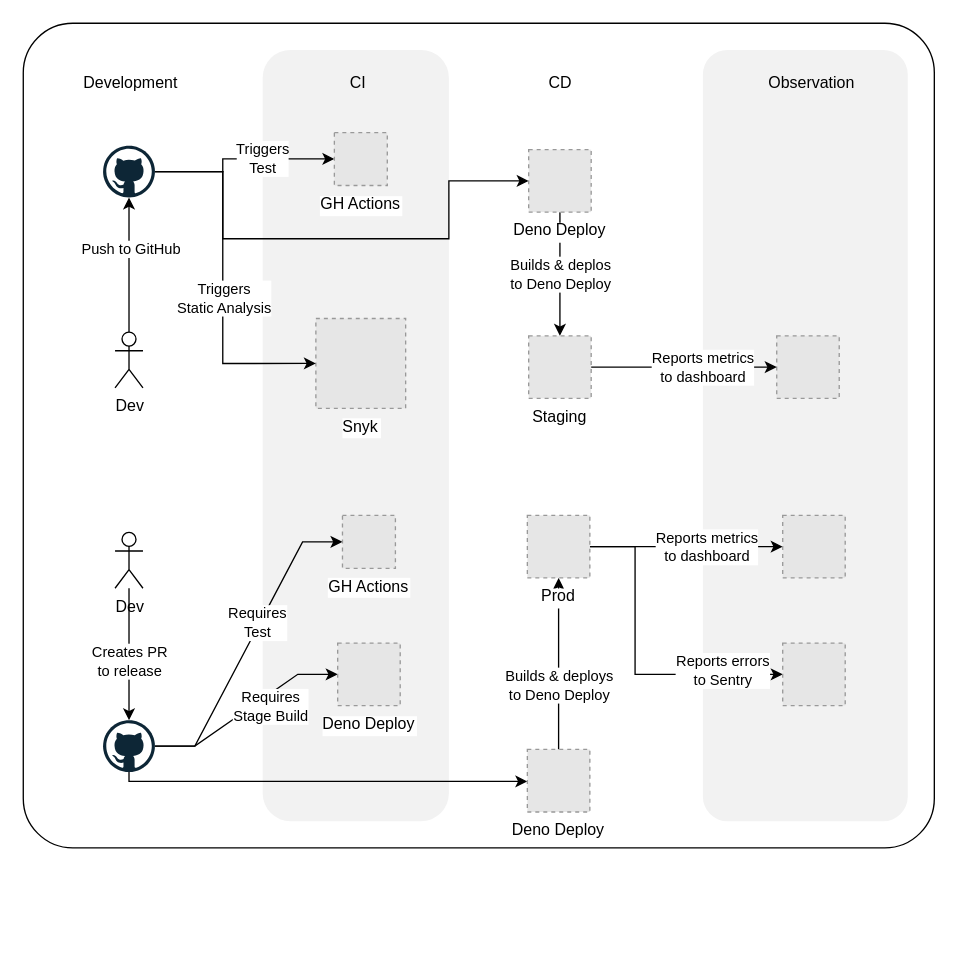
The draw.io diagram .docs-assets/Delivery Pipeline.drawio in koenidv/chirp-backend, before the edit. Source tidied: cells renumbered, new cells numbered last; positions are measured from the earlier drawing's top-left corner, leaving out a move shared by most shapes. Both pictures are drawn from the tidied source at 133%, with x=0, y=0 at pixel (23, 23). Pictures stored in the file or linked from it are replaced by grey dashed boxes.
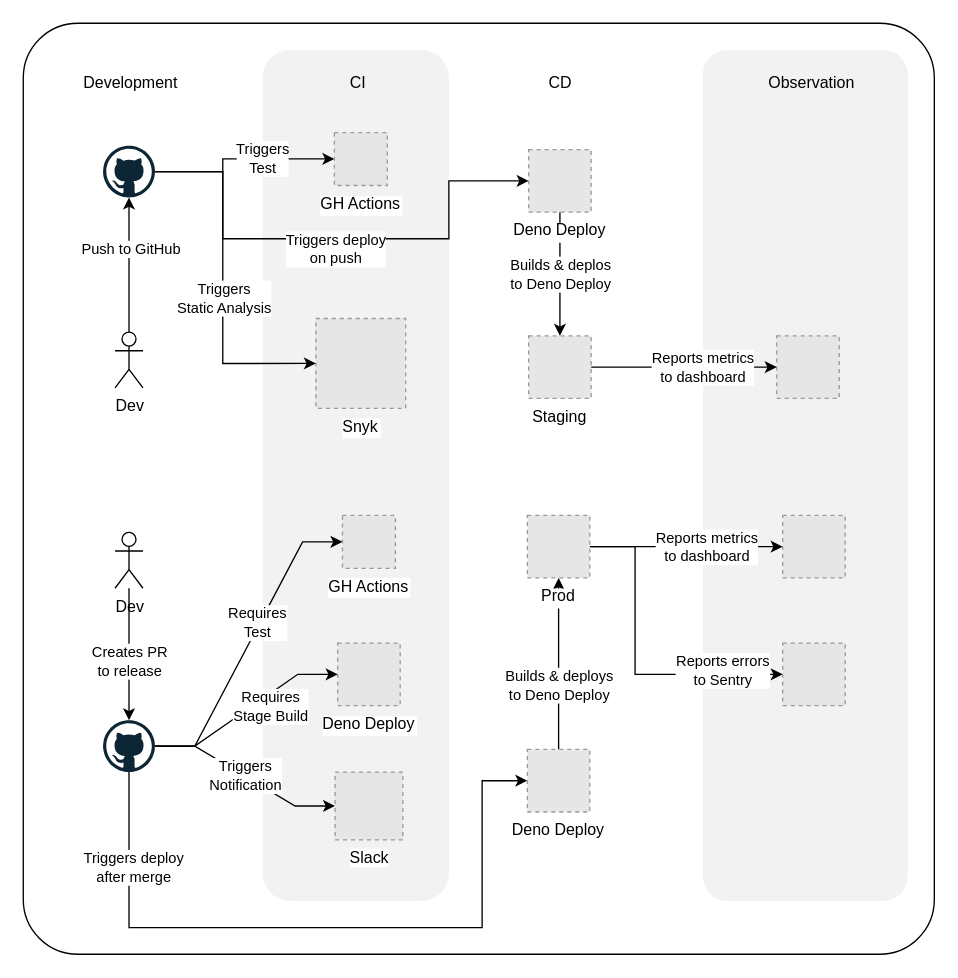
After the change.

Commit message:
docs: update delivery graph

The change refers to these unchanged cells:
```xml
<mxCell id="14" style="dashed=0;outlineConnect=0;html=1;align=center;labelPosition=center;verticalLabelPosition=bottom;verticalAlign=top;shape=mxgraph.weblogos.github;" parent="1" vertex="1">
  <mxGeometry x="60" y="92" width="39" height="39" as="geometry" />
</mxCell>
<mxCell id="23" value="Deno Deploy" style="fillColor=#E6E6E6;strokeColor=#999999;dashed=1;verticalLabelPosition=bottom;labelBackgroundColor=default;verticalAlign=top;" parent="1" vertex="1">
  <mxGeometry x="380" y="95" width="47" height="47" as="geometry" />
</mxCell>
<mxCell id="28" style="dashed=0;outlineConnect=0;html=1;align=center;labelPosition=center;verticalLabelPosition=bottom;verticalAlign=top;shape=mxgraph.weblogos.github;" parent="1" vertex="1">
  <mxGeometry x="60" y="524" width="39" height="39" as="geometry" />
</mxCell>
<mxCell id="32" value="Deno Deploy" style="fillColor=#E6E6E6;strokeColor=#999999;dashed=1;verticalLabelPosition=bottom;labelBackgroundColor=default;verticalAlign=top;" parent="1" vertex="1">
  <mxGeometry x="379" y="546" width="47" height="47" as="geometry" />
</mxCell>
```

What changed in the source:
```diff
@@
     <mxCell id="2" style="rounded=1;whiteSpace=wrap;html=1;fillColor=#FFFFFF;strokeColor=default;arcSize=6;" parent="1" vertex="1">
-      <mxGeometry width="685" height="620" as="geometry" />
+      <mxGeometry width="685" height="700" as="geometry" />
     </mxCell>
     <mxCell id="3" style="rounded=1;whiteSpace=wrap;html=1;fillColor=#F2F2F2;strokeColor=none;arcSize=12;" parent="1" vertex="1">
-      <mxGeometry x="511" y="20" width="154" height="580" as="geometry" />
+      <mxGeometry x="511" y="20" width="154" height="640" as="geometry" />
     </mxCell>
     <mxCell id="4" style="rounded=1;whiteSpace=wrap;html=1;fillColor=#F2F2F2;strokeColor=none;" parent="1" vertex="1">
-      <mxGeometry x="180" y="20" width="140" height="580" as="geometry" />
+      <mxGeometry x="180" y="20" width="140" height="640" as="geometry" />
     </mxCell>
@@
-    <mxCell id="13" style="edgeStyle=orthogonalEdgeStyle;rounded=0;jettySize=auto;html=1;entryX=0;entryY=0.5;entryDx=0;entryDy=0;" parent="1" edge="1" source="14" target="23">
-      <mxGeometry relative="1" as="geometry">
+    <mxCell id="13" value="Triggers deploy&lt;div&gt;on push&lt;/div&gt;" style="edgeStyle=orthogonalEdgeStyle;rounded=0;jettySize=auto;html=1;entryX=0;entryY=0.5;entryDx=0;entryDy=0;" parent="1" edge="1" source="14" target="23">
+      <mxGeometry x="-0.01" y="-8" relative="1" as="geometry">
         <Array as="points">
           <mxPoint x="150" y="112" />
           <mxPoint x="150" y="162" />
           <mxPoint x="320" y="162" />
           <mxPoint x="320" y="118" />
         </Array>
       </mxGeometry>
     </mxCell>
@@
-    <mxCell id="27" style="edgeStyle=orthogonalEdgeStyle;rounded=0;jettySize=auto;html=1;endArrow=classic;endFill=1;" parent="1" edge="1" source="28" target="32">
+    <mxCell id="27" style="edgeStyle=orthogonalEdgeStyle;rounded=0;jettySize=auto;html=1;entryX=0;entryY=0.5;entryDx=0;entryDy=0;" parent="1" edge="1" source="28" target="32">
       <mxGeometry relative="1" as="geometry">
         <Array as="points">
-          <mxPoint x="79" y="570" />
+          <mxPoint x="80" y="680" />
+          <mxPoint x="345" y="680" />
+          <mxPoint x="345" y="570" />
         </Array>
       </mxGeometry>
     </mxCell>
+    <mxCell id="43" value="Triggers deploy&lt;div&gt;after merge&lt;/div&gt;" style="edgeLabel;html=1;align=center;verticalAlign=middle;" parent="27" vertex="1">
+      <mxGeometry x="-0.73" y="3" relative="1" as="geometry" />
+    </mxCell>
+    <mxCell id="44" value="Triggers&lt;div&gt;Notification&lt;/div&gt;" style="edgeStyle=entityRelationEdgeStyle;rounded=0;jettySize=auto;html=1;entryX=0;entryY=0.5;entryDx=0;entryDy=0;" parent="1" edge="1" source="28" target="45">
+      <mxGeometry relative="1" as="geometry" />
+    </mxCell>
@@
+    <mxCell id="45" value="Slack" style="fillColor=#E6E6E6;strokeColor=#999999;dashed=1;html=1;verticalAlign=top;verticalLabelPosition=bottom;labelBackgroundColor=#ffffff;" parent="1" vertex="1">
+      <mxGeometry x="234.4" y="563" width="51" height="51" as="geometry" />
+    </mxCell>
```
